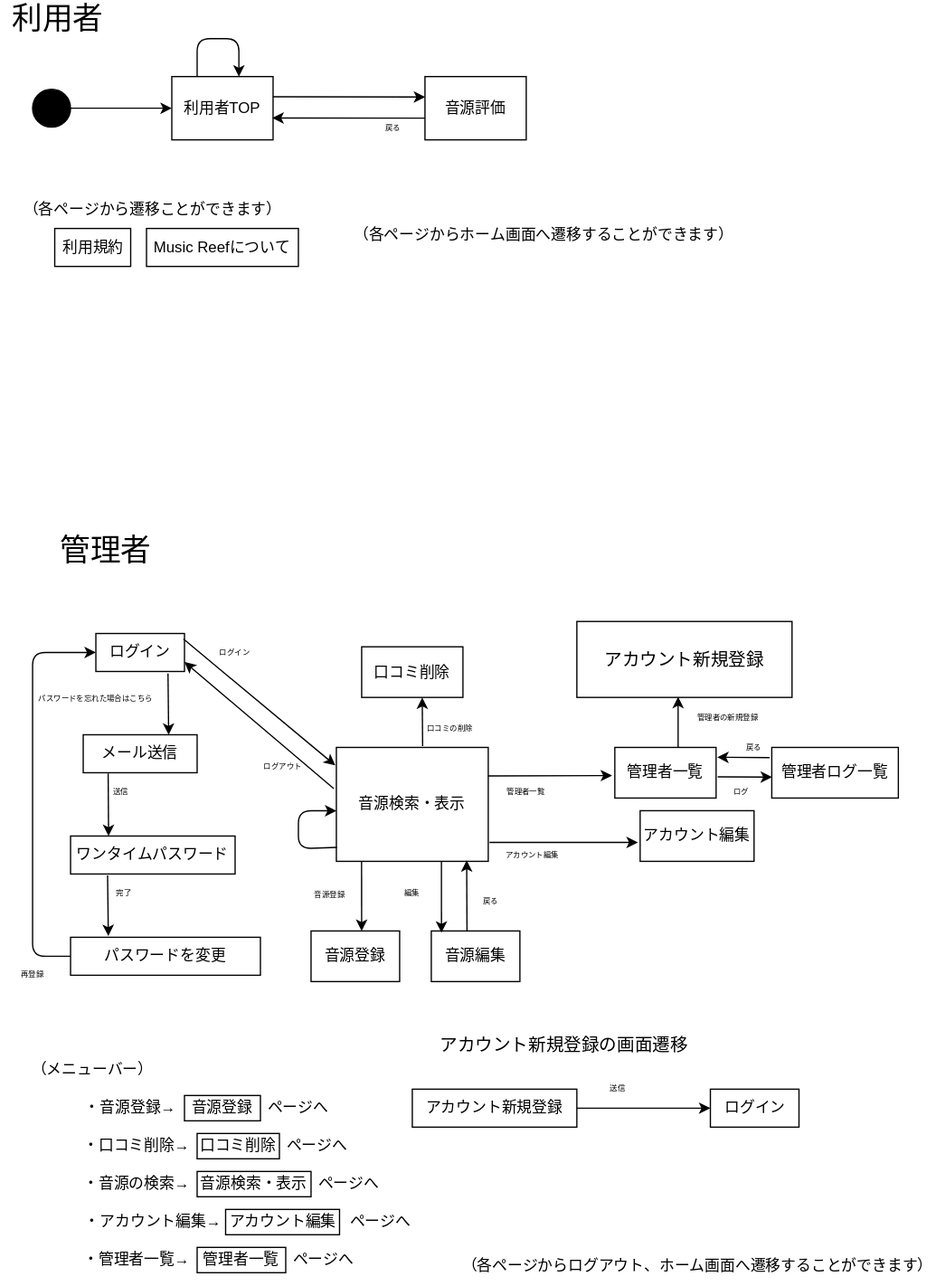
This is ab.drawio.svg from IshiYoshi765/uml-introduction, a draw.io export, as it was before one commit. Source tidied: cells renumbered, new cells last; positions are measured from the earlier drawing's top-left corner, leaving out a move shared by most shapes.
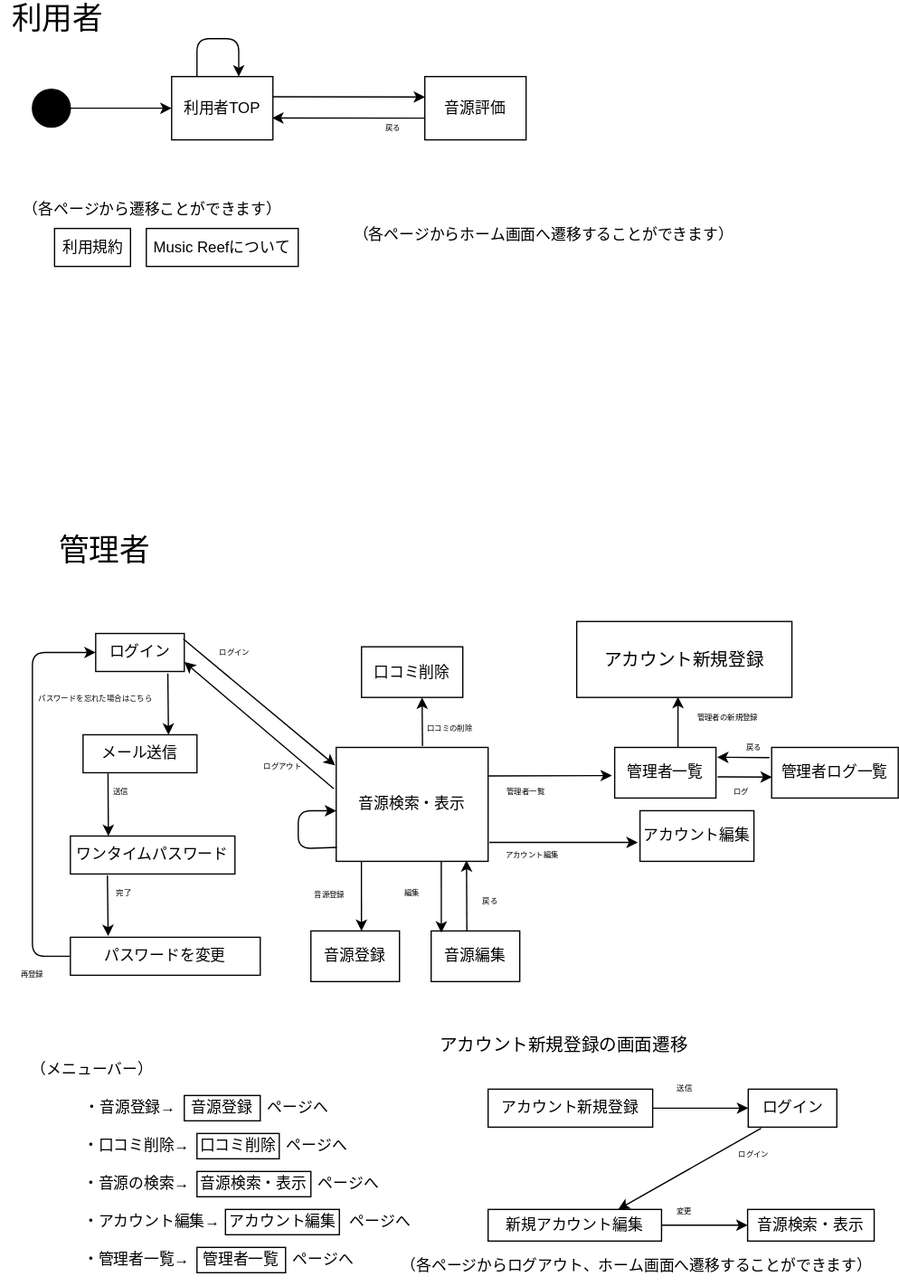
The same diagram one commit later.

Commit message:
アカウント編集

Diff of the diagram source:
```diff
@@ -204,7 +204,7 @@
       <mxGeometry x="225" y="985" width="60" height="20" as="geometry" />
     </mxCell>
     <mxCell id="66" value="（各ページからログアウト、ホーム画面へ遷移することができます）" style="text;html=1;strokeColor=none;fillColor=none;align=center;verticalAlign=middle;whiteSpace=wrap;rounded=0;fontSize=12;" parent="1" vertex="1">
-      <mxGeometry x="362.5" y="985" width="375" height="30" as="geometry" />
+      <mxGeometry x="315" y="985" width="375" height="30" as="geometry" />
     </mxCell>
     <mxCell id="67" value="（各ページからホーム画面へ遷移することができます）" style="text;html=1;strokeColor=none;fillColor=none;align=center;verticalAlign=middle;whiteSpace=wrap;rounded=0;" parent="1" vertex="1">
       <mxGeometry x="263" y="170" width="332" height="30" as="geometry" />
@@ -242,13 +242,13 @@
       <mxGeometry x="325" y="810" width="240" height="30" as="geometry" />
     </mxCell>
     <mxCell id="74" value="アカウント新規登録" style="rounded=0;whiteSpace=wrap;html=1;" parent="1" vertex="1">
-      <mxGeometry x="325" y="860" width="130" height="30" as="geometry" />
+      <mxGeometry x="385" y="860" width="130" height="30" as="geometry" />
     </mxCell>
     <mxCell id="75" style="endArrow=classic;html=1;fontSize=14;exitX=1;exitY=0.5;exitDx=0;exitDy=0;entryX=0;entryY=0.5;entryDx=0;entryDy=0;" parent="1" edge="1" source="74" target="80">
       <mxGeometry relative="1" as="geometry" />
     </mxCell>
     <mxCell id="76" value="送信" style="text;html=1;strokeColor=none;fillColor=none;align=center;verticalAlign=middle;whiteSpace=wrap;rounded=0;fontSize=6;" parent="1" vertex="1">
-      <mxGeometry x="475" y="855" width="25" height="10" as="geometry" />
+      <mxGeometry x="527.5" y="855" width="25" height="10" as="geometry" />
     </mxCell>
     <mxCell id="77" value="アカウント新規登録" style="rounded=0;whiteSpace=wrap;html=1;fontSize=14;" parent="1" vertex="1">
       <mxGeometry x="455" y="490.5" width="170" height="60" as="geometry" />
@@ -260,7 +260,25 @@
       <mxGeometry x="367.2" y="700" width="40" height="20" as="geometry" />
     </mxCell>
     <mxCell id="80" value="ログイン" style="rounded=0;whiteSpace=wrap;html=1;" parent="1" vertex="1">
-      <mxGeometry x="560.5" y="860" width="70" height="30" as="geometry" />
+      <mxGeometry x="590.5" y="860" width="70" height="30" as="geometry" />
     </mxCell>
+    <mxCell id="81" value="新規アカウント編集" style="rounded=0;whiteSpace=wrap;html=1;" parent="1" vertex="1">
+      <mxGeometry x="385" y="955" width="137" height="25" as="geometry" />
+    </mxCell>
+    <mxCell id="82" style="endArrow=classic;html=1;exitX=0.145;exitY=1.029;exitDx=0;exitDy=0;entryX=0.75;entryY=0;entryDx=0;entryDy=0;exitPerimeter=0;" parent="1" edge="1" source="80" target="81">
+      <mxGeometry relative="1" as="geometry" />
+    </mxCell>
+    <mxCell id="83" value="&lt;font style=&quot;font-size: 6px;&quot;&gt;ログイン&lt;/font&gt;" style="text;html=1;strokeColor=none;fillColor=none;align=center;verticalAlign=middle;whiteSpace=wrap;rounded=0;" parent="1" vertex="1">
+      <mxGeometry x="575" y="900" width="40" height="20" as="geometry" />
+    </mxCell>
+    <mxCell id="84" value="&lt;span style=&quot;font-size: 12px;&quot;&gt;音源検索・表示&lt;/span&gt;" style="rounded=0;whiteSpace=wrap;html=1;fontSize=6;" parent="1" vertex="1">
+      <mxGeometry x="590" y="955" width="100" height="25" as="geometry" />
+    </mxCell>
+    <mxCell id="85" style="endArrow=classic;html=1;fontSize=6;exitX=1;exitY=0.5;exitDx=0;exitDy=0;entryX=0;entryY=0.5;entryDx=0;entryDy=0;" parent="1" edge="1" source="81" target="84">
+      <mxGeometry relative="1" as="geometry" />
+    </mxCell>
+    <mxCell id="86" value="&lt;font style=&quot;font-size: 6px;&quot;&gt;変更&lt;/font&gt;" style="text;html=1;strokeColor=none;fillColor=none;align=center;verticalAlign=middle;whiteSpace=wrap;rounded=0;" parent="1" vertex="1">
+      <mxGeometry x="526.2" y="945" width="27.5" height="20" as="geometry" />
+    </mxCell>
   </root>
 </mxGraphModel>
```
